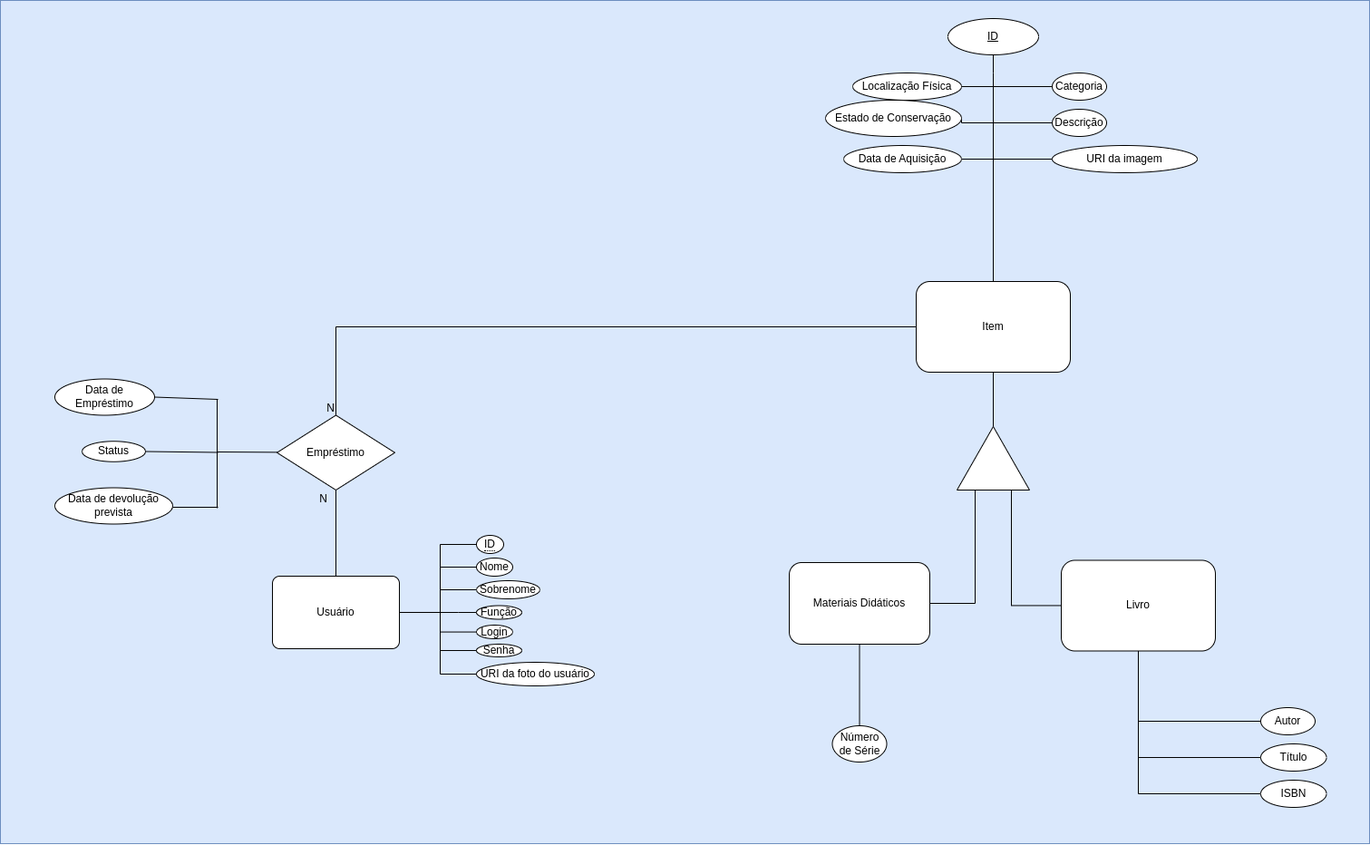
artistrea/BDocs keeps this draw.io diagram as segunda-entrega/DiagramaMER.png. Above is the earlier version. Source tidied: cells renumbered, new cells last; positions are measured from the earlier drawing's top-left corner, leaving out a move shared by most shapes.
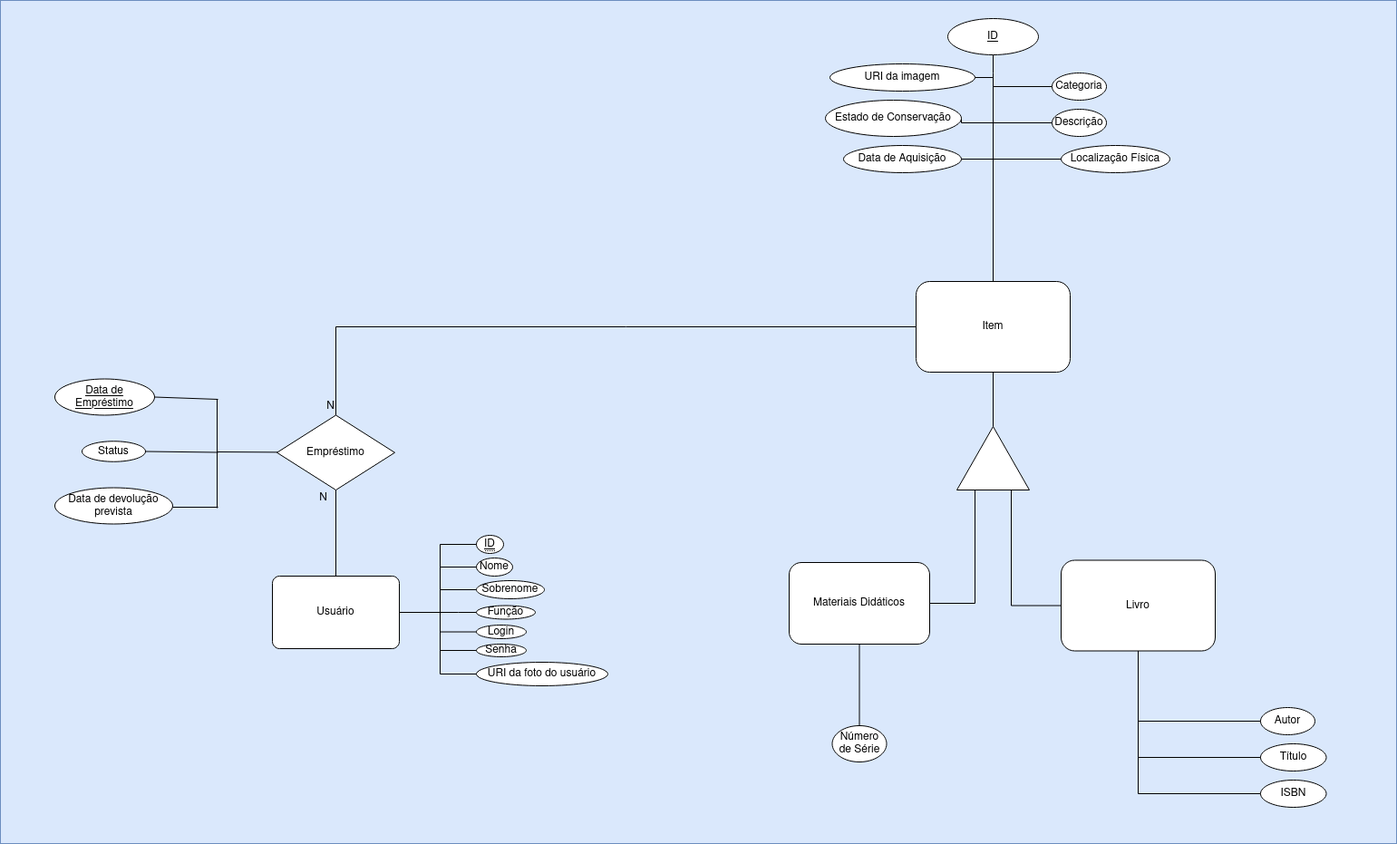
The same file after the commit.

Change to the diagram source:
```diff
@@ -3,7 +3,7 @@
     <mxCell id="0" />
     <mxCell id="1" parent="0" />
     <mxCell id="2" style="rounded=0;whiteSpace=wrap;html=1;fillColor=#dae8fc;strokeColor=#6c8ebf;" parent="1" vertex="1">
-      <mxGeometry width="1510" height="930" as="geometry" />
+      <mxGeometry width="1540" height="930" as="geometry" />
     </mxCell>
     <mxCell id="3" style="edgeStyle=orthogonalEdgeStyle;rounded=0;jettySize=auto;html=1;entryX=0;entryY=0.25;entryDx=0;entryDy=0;endArrow=none;endFill=0;" parent="1" edge="1" source="4" target="16">
       <mxGeometry relative="1" as="geometry" />
@@ -45,15 +45,15 @@
     <mxCell id="11" value="Data de Aquisição" style="ellipse;whiteSpace=wrap;html=1;align=center;" parent="1" vertex="1">
       <mxGeometry x="930" y="160" width="130" height="30" as="geometry" />
     </mxCell>
-    <mxCell id="12" style="edgeStyle=orthogonalEdgeStyle;rounded=0;jettySize=auto;html=1;endArrow=none;endFill=0;exitX=0;exitY=0.5;exitDx=0;exitDy=0;" parent="1" edge="1" source="13" target="15">
+    <mxCell id="12" style="edgeStyle=orthogonalEdgeStyle;rounded=0;jettySize=auto;html=1;endArrow=none;endFill=0;exitX=1;exitY=0.5;exitDx=0;exitDy=0;" parent="1" edge="1" source="13" target="15">
       <mxGeometry relative="1" as="geometry">
         <Array as="points">
-          <mxPoint x="1095" y="175" />
+          <mxPoint x="1095" y="85" />
         </Array>
       </mxGeometry>
     </mxCell>
     <mxCell id="13" value="URI da imagem" style="ellipse;whiteSpace=wrap;html=1;align=center;" parent="1" vertex="1">
-      <mxGeometry x="1160" y="160" width="160" height="30" as="geometry" />
+      <mxGeometry x="915" y="70" width="160" height="30" as="geometry" />
     </mxCell>
     <mxCell id="14" value="Status" style="ellipse;whiteSpace=wrap;html=1;align=center;" parent="1" vertex="1">
       <mxGeometry x="90" y="486.2" width="70" height="22.5" as="geometry" />
@@ -65,7 +65,7 @@
       <mxGeometry x="1055" y="470" width="80" height="70" as="geometry" />
     </mxCell>
     <mxCell id="17" value="Senha" style="ellipse;whiteSpace=wrap;html=1;align=center;" parent="1" vertex="1">
-      <mxGeometry x="525" y="710" width="50" height="14" as="geometry" />
+      <mxGeometry x="525" y="710" width="55" height="14" as="geometry" />
     </mxCell>
     <mxCell id="18" value="Nome" style="ellipse;whiteSpace=wrap;html=1;align=center;" parent="1" vertex="1">
       <mxGeometry x="525" y="615" width="40" height="20" as="geometry" />
@@ -90,13 +90,13 @@
       </mxGeometry>
     </mxCell>
     <mxCell id="23" value="Login" style="ellipse;whiteSpace=wrap;html=1;align=center;" parent="1" vertex="1">
-      <mxGeometry x="525" y="689" width="40" height="15" as="geometry" />
+      <mxGeometry x="525" y="689" width="55" height="15" as="geometry" />
     </mxCell>
     <mxCell id="24" value="Localização Física&lt;br&gt;" style="ellipse;whiteSpace=wrap;html=1;align=center;" parent="1" vertex="1">
-      <mxGeometry x="940" y="80" width="120" height="30" as="geometry" />
+      <mxGeometry x="1170" y="160" width="120" height="30" as="geometry" />
     </mxCell>
     <mxCell id="25" value="URI da foto do usuário" style="ellipse;whiteSpace=wrap;html=1;align=center;" parent="1" vertex="1">
-      <mxGeometry x="525" y="730" width="130" height="26" as="geometry" />
+      <mxGeometry x="525" y="730" width="145" height="26" as="geometry" />
     </mxCell>
     <mxCell id="26" value="Usuário" style="rounded=1;arcSize=10;whiteSpace=wrap;html=1;align=center;" parent="1" vertex="1">
       <mxGeometry x="300" y="635" width="140" height="80" as="geometry" />
@@ -117,7 +117,7 @@
         <mxPoint x="240" y="440" as="targetPoint" />
       </mxGeometry>
     </mxCell>
-    <mxCell id="31" value="&lt;span style=&quot;border-bottom: 1px dotted&quot;&gt;ID&lt;/span&gt;" style="ellipse;whiteSpace=wrap;html=1;align=center;" parent="1" vertex="1">
+    <mxCell id="31" value="&lt;u&gt;&lt;span style=&quot;border-bottom: 1px dotted&quot;&gt;ID&lt;/span&gt;&lt;/u&gt;" style="ellipse;whiteSpace=wrap;html=1;align=center;" parent="1" vertex="1">
       <mxGeometry x="525" y="590" width="30" height="20" as="geometry" />
     </mxCell>
     <mxCell id="32" style="edgeStyle=orthogonalEdgeStyle;rounded=0;jettySize=auto;html=1;endArrow=none;endFill=0;entryX=1;entryY=0.5;entryDx=0;entryDy=0;" parent="1" edge="1" source="33" target="26">
@@ -129,12 +129,12 @@
       </mxGeometry>
     </mxCell>
     <mxCell id="33" value="Função" style="ellipse;whiteSpace=wrap;html=1;align=center;" parent="1" vertex="1">
-      <mxGeometry x="525" y="667.5" width="50" height="15" as="geometry" />
+      <mxGeometry x="525" y="667.5" width="65" height="15" as="geometry" />
     </mxCell>
     <mxCell id="34" value="Categoria&lt;br&gt;" style="ellipse;whiteSpace=wrap;html=1;align=center;" parent="1" vertex="1">
       <mxGeometry x="1160" y="80" width="60" height="30" as="geometry" />
     </mxCell>
-    <mxCell id="35" value="Data de Empréstimo" style="ellipse;whiteSpace=wrap;html=1;align=center;" parent="1" vertex="1">
+    <mxCell id="35" value="&lt;u&gt;Data de Empréstimo&lt;/u&gt;" style="ellipse;whiteSpace=wrap;html=1;align=center;" parent="1" vertex="1">
       <mxGeometry x="60" y="417.5" width="110" height="40" as="geometry" />
     </mxCell>
     <mxCell id="36" value="Data de devolução prevista" style="ellipse;whiteSpace=wrap;html=1;align=center;" parent="1" vertex="1">
@@ -149,12 +149,12 @@
       </mxGeometry>
     </mxCell>
     <mxCell id="38" value="Sobrenome" style="ellipse;whiteSpace=wrap;html=1;align=center;" parent="1" vertex="1">
-      <mxGeometry x="525" y="640" width="70" height="20" as="geometry" />
+      <mxGeometry x="525" y="640" width="75" height="20" as="geometry" />
     </mxCell>
-    <mxCell id="39" style="edgeStyle=orthogonalEdgeStyle;rounded=0;jettySize=auto;html=1;entryX=0.5;entryY=0;entryDx=0;entryDy=0;endArrow=none;endFill=0;" parent="1" edge="1" source="24" target="15">
+    <mxCell id="39" style="edgeStyle=orthogonalEdgeStyle;rounded=0;jettySize=auto;html=1;entryX=0.5;entryY=0;entryDx=0;entryDy=0;endArrow=none;endFill=0;exitX=0;exitY=0.5;exitDx=0;exitDy=0;" parent="1" edge="1" source="24" target="15">
       <mxGeometry relative="1" as="geometry">
         <Array as="points">
-          <mxPoint x="1095" y="95" />
+          <mxPoint x="1095" y="175" />
         </Array>
       </mxGeometry>
     </mxCell>
```
